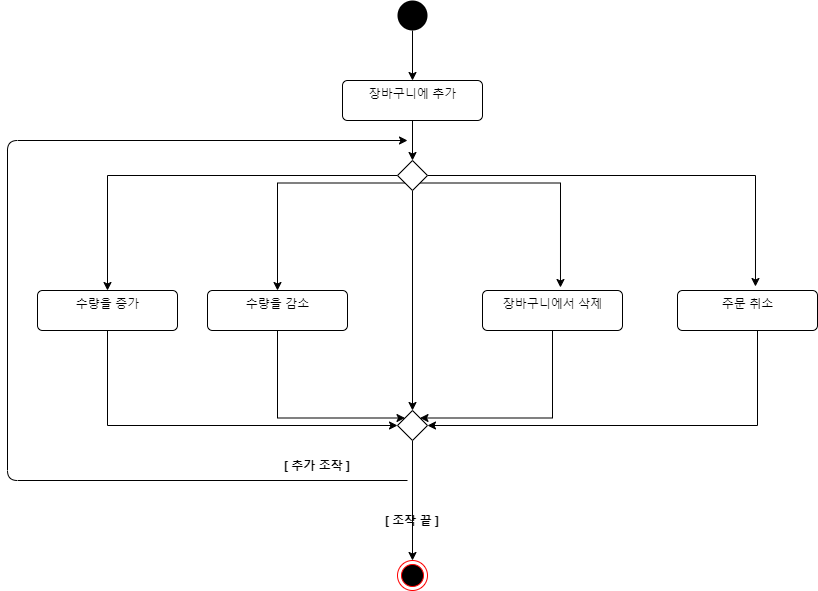
Earlier version of the draw.io export 상세명세서/Functional Model/activity diagram/Manage Cart.png (distroytest/KNUSD-20202-Team05). Source tidied: cells renumbered, new cells last; positions are measured from the earlier drawing's top-left corner, leaving out a move shared by most shapes.
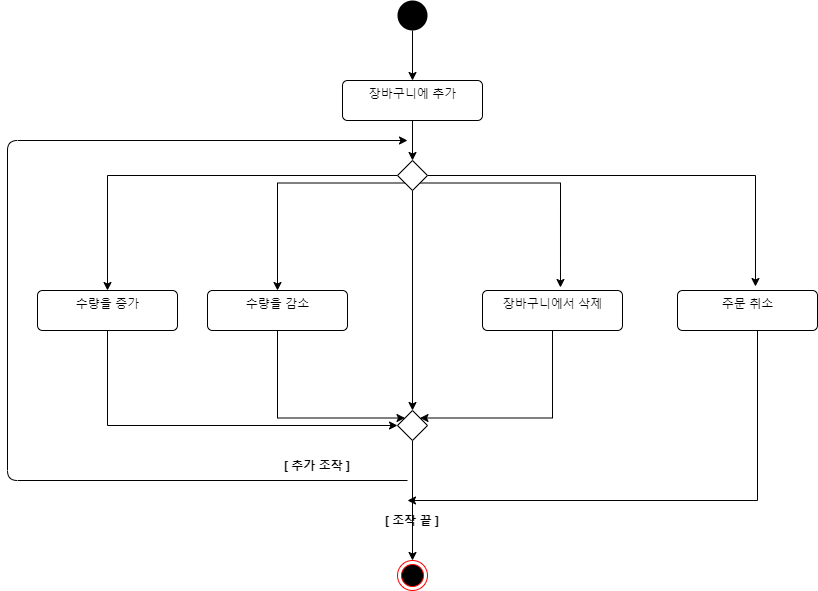
Above is the later version.

The edit, as a diff of the source:
```diff
@@ -62,10 +62,11 @@
     <mxCell id="17" value="장바구니에서 삭제" style="html=1;align=center;verticalAlign=top;rounded=1;absoluteArcSize=1;arcSize=10;dashed=0;" parent="1" vertex="1">
       <mxGeometry x="475" y="290" width="140" height="40" as="geometry" />
     </mxCell>
-    <mxCell id="18" style="edgeStyle=orthogonalEdgeStyle;rounded=0;jettySize=auto;html=1;entryX=1;entryY=0.5;entryDx=0;entryDy=0;" parent="1" edge="1" source="19" target="21">
+    <mxCell id="18" style="edgeStyle=orthogonalEdgeStyle;rounded=0;jettySize=auto;html=1;" parent="1" edge="1" source="19">
       <mxGeometry relative="1" as="geometry">
+        <mxPoint x="400" y="500" as="targetPoint" />
         <Array as="points">
-          <mxPoint x="750" y="425" />
+          <mxPoint x="750" y="500" />
         </Array>
       </mxGeometry>
     </mxCell>
```
